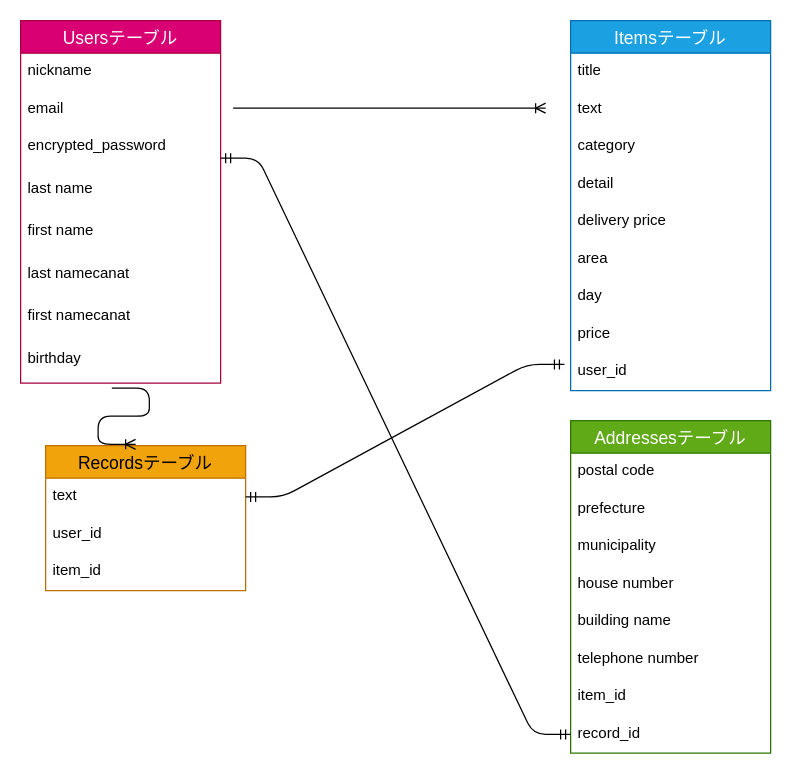
Above: furima.dio in bo-domi/furima-36197 (draw.io), before the change. Source tidied: cells renumbered, new cells numbered last; positions are measured from the earlier drawing's top-left corner, leaving out a move shared by most shapes. Both pictures are drawn from the tidied source at 125%, with x=0, y=0 at pixel (20, 20).
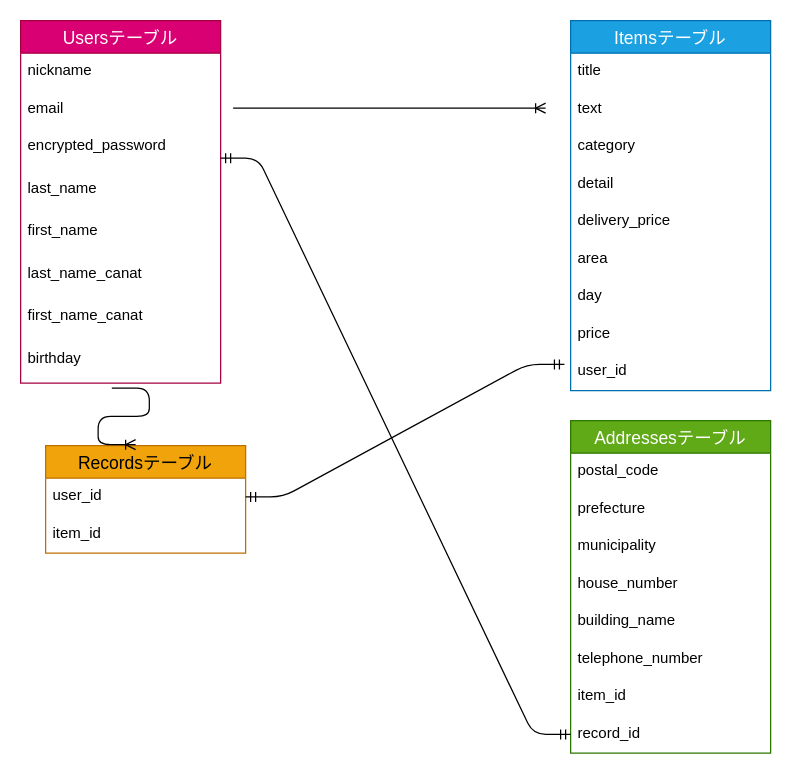
Above is the later version.

Commit message:
データベース再作成6

Unchanged cells that the change refers to:
```xml
<mxCell id="6" value="Usersテーブル" style="swimlane;fontStyle=0;horizontal=1;startSize=26;align=center;fontSize=14;fillColor=#d80073;strokeColor=#A50040;fontColor=#ffffff;" parent="1" vertex="1">
  <mxGeometry width="160" height="290" as="geometry" />
</mxCell>
<mxCell id="15" value="Itemsテーブル" style="swimlane;fontStyle=0;horizontal=1;startSize=26;align=center;fontSize=14;fillColor=#1ba1e2;strokeColor=#006EAF;fontColor=#ffffff;" parent="1" vertex="1">
  <mxGeometry x="440" width="160" height="296" as="geometry" />
</mxCell>
<mxCell id="24" value="user_id" style="text;strokeColor=none;fillColor=none;spacingLeft=4;spacingRight=4;overflow=hidden;points=[[0,0.5],[1,0.5]];portConstraint=eastwest;fontSize=12;" parent="15" vertex="1">
  <mxGeometry y="266" width="160" height="30" as="geometry" />
</mxCell>
<mxCell id="25" value="Addressesテーブル" style="swimlane;fontStyle=0;horizontal=1;startSize=26;align=center;fontSize=14;fillColor=#60a917;strokeColor=#2D7600;fontColor=#ffffff;" parent="1" vertex="1">
  <mxGeometry x="440" y="320" width="160" height="266" as="geometry" />
</mxCell>
```

Change to the diagram source:
```diff
@@
     <mxCell id="2" value="Recordsテーブル" style="swimlane;fontStyle=0;horizontal=1;startSize=26;align=center;fontSize=14;fillColor=#f0a30a;strokeColor=#BD7000;fontColor=#000000;" parent="1" vertex="1">
-      <mxGeometry x="20" y="340" width="160" height="116" as="geometry" />
+      <mxGeometry x="20" y="340" width="160" height="86" as="geometry" />
     </mxCell>
-    <mxCell id="3" value="text" style="text;strokeColor=none;fillColor=none;spacingLeft=4;spacingRight=4;overflow=hidden;points=[[0,0.5],[1,0.5]];portConstraint=eastwest;fontSize=12;" parent="2" vertex="1">
-      <mxGeometry y="26" width="160" height="30" as="geometry" />
-    </mxCell>
     <mxCell id="4" value="user_id" style="text;strokeColor=none;fillColor=none;spacingLeft=4;spacingRight=4;overflow=hidden;fontSize=12;" parent="2" vertex="1">
-      <mxGeometry y="56" width="160" height="30" as="geometry" />
+      <mxGeometry y="26" width="160" height="30" as="geometry" />
     </mxCell>
     <mxCell id="5" value="item_id" style="text;strokeColor=none;fillColor=none;spacingLeft=4;spacingRight=4;overflow=hidden;fontSize=12;" parent="2" vertex="1">
-      <mxGeometry y="86" width="160" height="30" as="geometry" />
+      <mxGeometry y="56" width="160" height="30" as="geometry" />
     </mxCell>
@@
-    <mxCell id="10" value="last name" style="text;strokeColor=none;fillColor=none;spacingLeft=4;spacingRight=4;overflow=hidden;fontSize=12;" parent="6" vertex="1">
+    <mxCell id="10" value="last_name" style="text;strokeColor=none;fillColor=none;spacingLeft=4;spacingRight=4;overflow=hidden;fontSize=12;" parent="6" vertex="1">
       <mxGeometry y="120" width="160" height="34" as="geometry" />
     </mxCell>
-    <mxCell id="11" value="first name" style="text;strokeColor=none;fillColor=none;spacingLeft=4;spacingRight=4;overflow=hidden;fontSize=12;" parent="6" vertex="1">
+    <mxCell id="11" value="first_name" style="text;strokeColor=none;fillColor=none;spacingLeft=4;spacingRight=4;overflow=hidden;fontSize=12;" parent="6" vertex="1">
       <mxGeometry y="154" width="160" height="34" as="geometry" />
     </mxCell>
-    <mxCell id="12" value="last namecanat" style="text;strokeColor=none;fillColor=none;spacingLeft=4;spacingRight=4;overflow=hidden;fontSize=12;" parent="6" vertex="1">
+    <mxCell id="12" value="last_name_canat" style="text;strokeColor=none;fillColor=none;spacingLeft=4;spacingRight=4;overflow=hidden;fontSize=12;" parent="6" vertex="1">
       <mxGeometry y="188" width="160" height="34" as="geometry" />
     </mxCell>
-    <mxCell id="13" value="first namecanat" style="text;strokeColor=none;fillColor=none;spacingLeft=4;spacingRight=4;overflow=hidden;fontSize=12;" parent="6" vertex="1">
+    <mxCell id="13" value="first_name_canat" style="text;strokeColor=none;fillColor=none;spacingLeft=4;spacingRight=4;overflow=hidden;fontSize=12;" parent="6" vertex="1">
       <mxGeometry y="222" width="160" height="34" as="geometry" />
     </mxCell>
@@
-    <mxCell id="20" value="delivery price" style="text;strokeColor=none;fillColor=none;spacingLeft=4;spacingRight=4;overflow=hidden;fontSize=12;" parent="15" vertex="1">
+    <mxCell id="20" value="delivery_price" style="text;strokeColor=none;fillColor=none;spacingLeft=4;spacingRight=4;overflow=hidden;fontSize=12;" parent="15" vertex="1">
       <mxGeometry y="146" width="160" height="30" as="geometry" />
     </mxCell>
@@
-    <mxCell id="26" value="postal code" style="text;strokeColor=none;fillColor=none;spacingLeft=4;spacingRight=4;overflow=hidden;fontSize=12;" parent="25" vertex="1">
+    <mxCell id="26" value="postal_code" style="text;strokeColor=none;fillColor=none;spacingLeft=4;spacingRight=4;overflow=hidden;fontSize=12;" parent="25" vertex="1">
       <mxGeometry y="26" width="160" height="30" as="geometry" />
     </mxCell>
@@
-    <mxCell id="29" value="house number" style="text;strokeColor=none;fillColor=none;spacingLeft=4;spacingRight=4;overflow=hidden;fontSize=12;" parent="25" vertex="1">
+    <mxCell id="29" value="house_number" style="text;strokeColor=none;fillColor=none;spacingLeft=4;spacingRight=4;overflow=hidden;fontSize=12;" parent="25" vertex="1">
       <mxGeometry y="116" width="160" height="30" as="geometry" />
     </mxCell>
-    <mxCell id="30" value="building name" style="text;strokeColor=none;fillColor=none;spacingLeft=4;spacingRight=4;overflow=hidden;fontSize=12;" parent="25" vertex="1">
+    <mxCell id="30" value="building_name" style="text;strokeColor=none;fillColor=none;spacingLeft=4;spacingRight=4;overflow=hidden;fontSize=12;" parent="25" vertex="1">
       <mxGeometry y="146" width="160" height="30" as="geometry" />
     </mxCell>
-    <mxCell id="31" value="telephone number" style="text;strokeColor=none;fillColor=none;spacingLeft=4;spacingRight=4;overflow=hidden;fontSize=12;" parent="25" vertex="1">
+    <mxCell id="31" value="telephone_number" style="text;strokeColor=none;fillColor=none;spacingLeft=4;spacingRight=4;overflow=hidden;fontSize=12;" parent="25" vertex="1">
       <mxGeometry y="176" width="160" height="30" as="geometry" />
     </mxCell>
@@
-    <mxCell id="36" style="edgeStyle=entityRelationEdgeStyle;fontSize=12;html=1;endArrow=ERmandOne;startArrow=ERmandOne;exitX=1;exitY=0.5;exitDx=0;exitDy=0;entryX=-0.031;entryY=0.3;entryDx=0;entryDy=0;entryPerimeter=0;" parent="1" edge="1" source="3" target="24">
-      <mxGeometry relative="1" as="geometry" />
+    <mxCell id="36" style="edgeStyle=entityRelationEdgeStyle;fontSize=12;html=1;endArrow=ERmandOne;startArrow=ERmandOne;exitX=1;exitY=0.5;exitDx=0;exitDy=0;entryX=-0.031;entryY=0.3;entryDx=0;entryDy=0;entryPerimeter=0;" parent="1" edge="1" target="24">
+      <mxGeometry relative="1" as="geometry">
+        <mxPoint x="180" y="381" as="sourcePoint" />
+      </mxGeometry>
     </mxCell>
```
